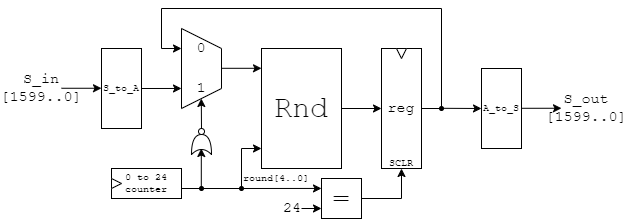
The draw.io diagram KECCAK_f.png in NTP17/SHAKE256_sv, before a commit. Source tidied: cells renumbered, new cells last; positions are measured from the earlier drawing's top-left corner, leaving out a move shared by most shapes.
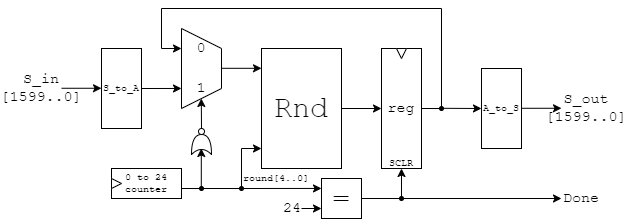
After the change.

Change to the diagram source:
```diff
@@ -155,5 +155,17 @@
         <mxPoint x="540" y="99.8" as="targetPoint" />
       </mxGeometry>
     </mxCell>
+    <mxCell id="37" style="endArrow=classic;html=1;rounded=0;" parent="1" edge="1">
+      <mxGeometry relative="1" as="geometry">
+        <mxPoint x="380" y="190" as="sourcePoint" />
+        <mxPoint x="540" y="190" as="targetPoint" />
+      </mxGeometry>
+    </mxCell>
+    <mxCell id="38" style="ellipse;whiteSpace=wrap;html=1;fillColor=#000000;" parent="1" vertex="1">
+      <mxGeometry x="378" y="188" width="4" height="4" as="geometry" />
+    </mxCell>
+    <mxCell id="39" value="Done" style="text;html=1;strokeColor=none;fillColor=none;align=center;verticalAlign=middle;whiteSpace=wrap;rounded=0;fontSize=15;fontFamily=Courier New;" parent="1" vertex="1">
+      <mxGeometry x="540" y="182.5" width="40" height="15" as="geometry" />
+    </mxCell>
   </root>
 </mxGraphModel>
```
